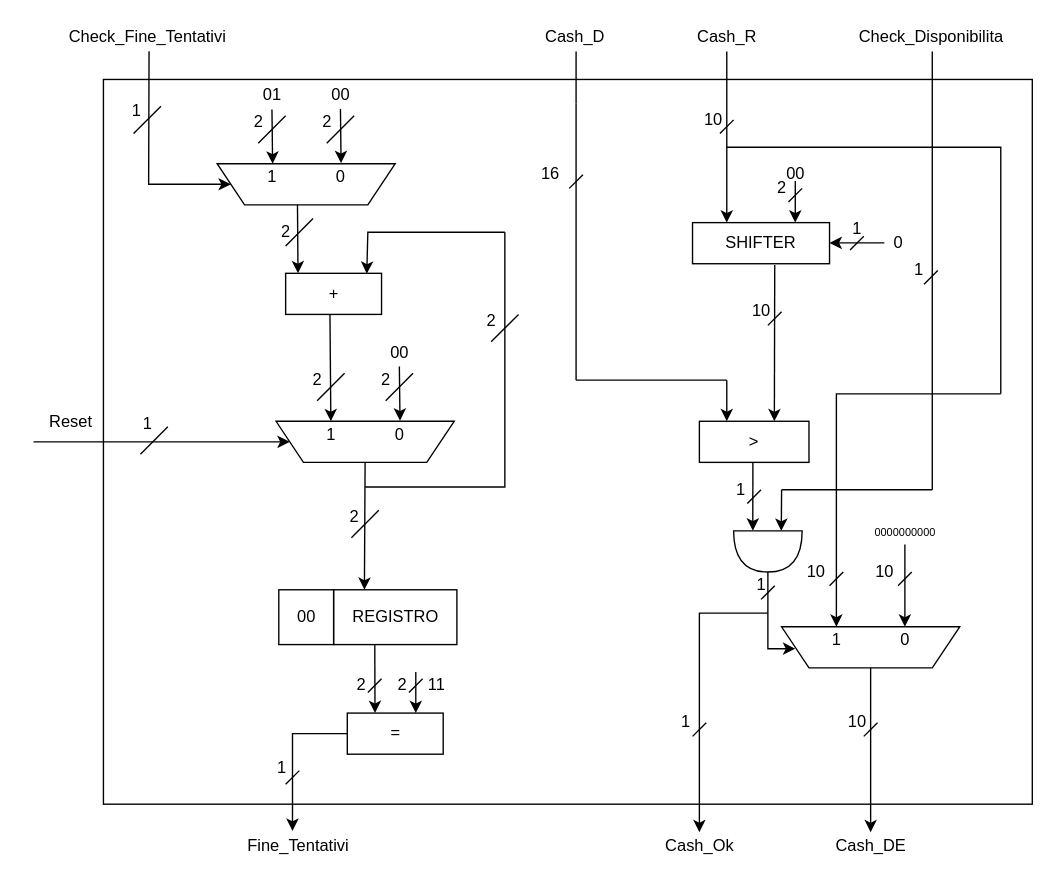
Above: DOCS/datapath_disegno/Datapath.drawio in enricobragastini/ElaboratoSIS (draw.io), before the change. Source tidied: cells renumbered, new cells numbered last; positions are measured from the earlier drawing's top-left corner, leaving out a move shared by most shapes. Both pictures are drawn from the tidied source at 137%, with x=0, y=0 at pixel (33, 23).
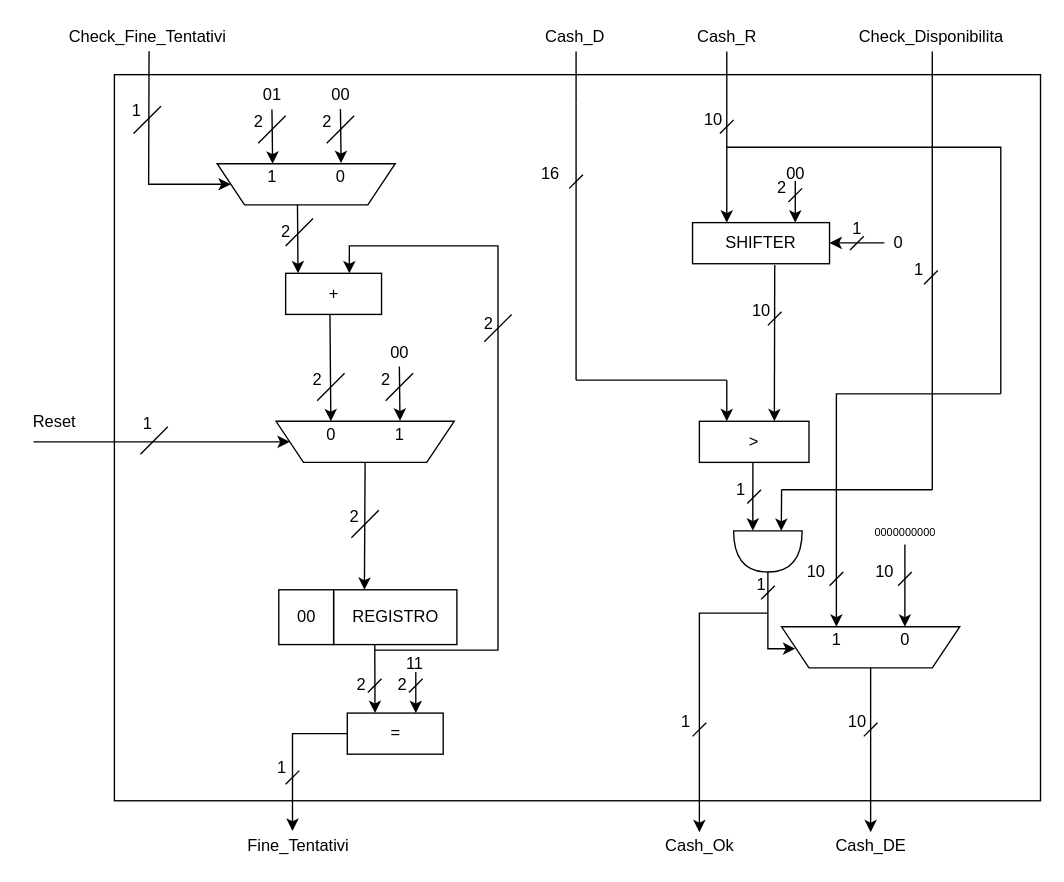
The same diagram, later.

Unchanged cells that the change refers to:
```xml
<mxCell id="3" style="rounded=0;whiteSpace=wrap;html=1;" parent="1" vertex="1">
  <mxGeometry x="184" y="182" width="70" height="30" as="geometry" />
</mxCell>
```

What changed in the source:
```diff
@@
+    <mxCell id="119" style="edgeStyle=orthogonalEdgeStyle;rounded=0;jumpSize=1;orthogonalLoop=1;jettySize=auto;html=1;exitX=0.75;exitY=0;exitDx=0;exitDy=0;" parent="1" edge="1">
+      <mxGeometry relative="1" as="geometry">
+        <mxPoint x="249" y="457" as="sourcePoint" />
+        <mxPoint x="230.5" y="182" as="targetPoint" />
+        <Array as="points">
+          <mxPoint x="249" y="457" />
+          <mxPoint x="339" y="457" />
+          <mxPoint x="339" y="162" />
+          <mxPoint x="231" y="162" />
+        </Array>
+      </mxGeometry>
+    </mxCell>
@@
-    <mxCell id="9" style="endArrow=none;html=1;rounded=0;" parent="1" edge="1">
-      <mxGeometry relative="1" as="geometry">
-        <mxPoint x="242" y="338" as="sourcePoint" />
-        <mxPoint x="344" y="152" as="targetPoint" />
-        <Array as="points">
-          <mxPoint x="344" y="338" />
-        </Array>
-      </mxGeometry>
-    </mxCell>
-    <mxCell id="10" style="endArrow=classic;html=1;entryX=0.846;entryY=0.01;entryDx=0;entryDy=0;entryPerimeter=0;rounded=0;" parent="1" edge="1" target="3">
-      <mxGeometry relative="1" as="geometry">
-        <mxPoint x="344" y="152" as="sourcePoint" />
-        <Array as="points">
-          <mxPoint x="244" y="152" />
-        </Array>
-      </mxGeometry>
-    </mxCell>
@@
     <mxCell id="38" value="11" style="text;html=1;align=center;verticalAlign=middle;" parent="1" vertex="1">
-      <mxGeometry x="279" y="473" width="30" height="20" as="geometry" />
+      <mxGeometry x="263" y="457" width="30" height="20" as="geometry" />
     </mxCell>
@@
     <mxCell id="68" style="endArrow=none;html=1;" parent="1" edge="1">
       <mxGeometry relative="1" as="geometry">
-        <mxPoint x="334" y="232" as="sourcePoint" />
-        <mxPoint x="354" y="212" as="targetPoint" />
+        <mxPoint x="329" y="232" as="sourcePoint" />
+        <mxPoint x="349" y="212" as="targetPoint" />
       </mxGeometry>
     </mxCell>
@@
     <mxCell id="70" value="2" style="text;html=1;align=center;verticalAlign=middle;" parent="1" vertex="1">
-      <mxGeometry x="324" y="207" width="20" height="20" as="geometry" />
+      <mxGeometry x="322" y="209" width="20" height="20" as="geometry" />
     </mxCell>
@@
-    <mxCell id="102" value="1" style="text;html=1;align=center;verticalAlign=middle;" parent="1" vertex="1">
+    <mxCell id="102" value="0" style="text;html=1;align=center;verticalAlign=middle;" parent="1" vertex="1">
       <mxGeometry x="207" y="290" width="20" height="20" as="geometry" />
     </mxCell>
-    <mxCell id="103" value="0" style="text;html=1;align=center;verticalAlign=middle;points=[];" parent="1" vertex="1">
+    <mxCell id="103" value="1" style="text;html=1;align=center;verticalAlign=middle;points=[];" parent="1" vertex="1">
       <mxGeometry x="257" y="290" width="20" height="20" as="geometry" />
     </mxCell>
@@
     <mxCell id="115" value="Reset" style="text;html=1;align=center;verticalAlign=middle;" parent="1" vertex="1">
-      <mxGeometry x="6" y="282" width="41" height="18" as="geometry" />
+      <mxGeometry x="-6" y="282" width="41" height="18" as="geometry" />
     </mxCell>
@@
-    <mxCell id="118" style="rounded=0;whiteSpace=wrap;html=1;fillColor=none;" parent="1" vertex="1">
-      <mxGeometry x="51" y="40.5" width="678" height="529" as="geometry" />
-    </mxCell>
+    <mxCell id="120" style="rounded=0;whiteSpace=wrap;html=1;fillColor=none;" parent="1" vertex="1">
+      <mxGeometry x="59" y="37" width="676" height="530" as="geometry" />
+    </mxCell>
```
